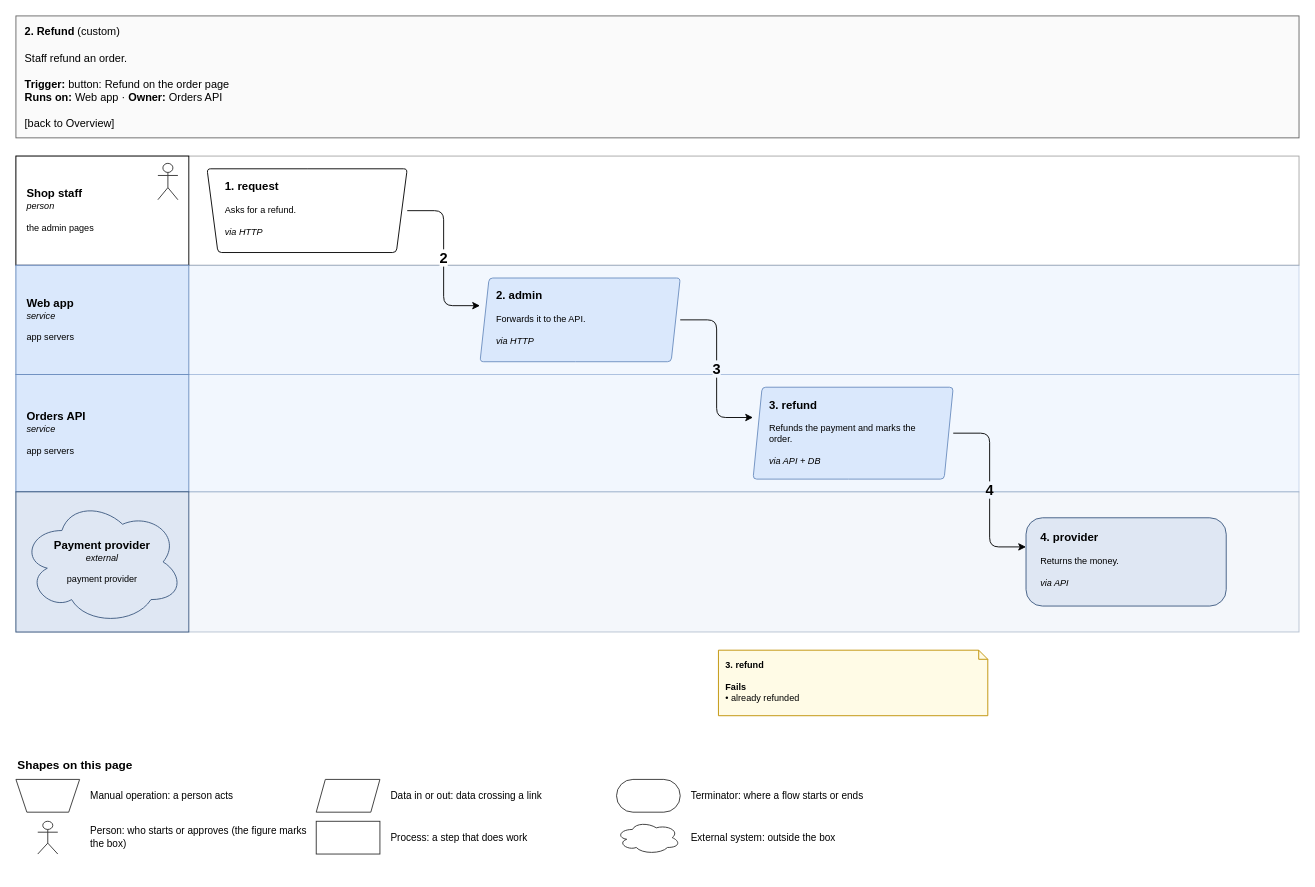
Above: page "2. Refund" (7 of 10) of specialists/platform/skill-drawio/examples/shop/drawio/flows.drawio in amalikn/skills_stuff (draw.io), before the change. Source tidied: cells renumbered, new cells numbered last; positions are measured from the earlier drawing's top-left corner, leaving out a move shared by most shapes. Both pictures are drawn from the tidied source at 91%, with x=0, y=0 at pixel (15, 15).
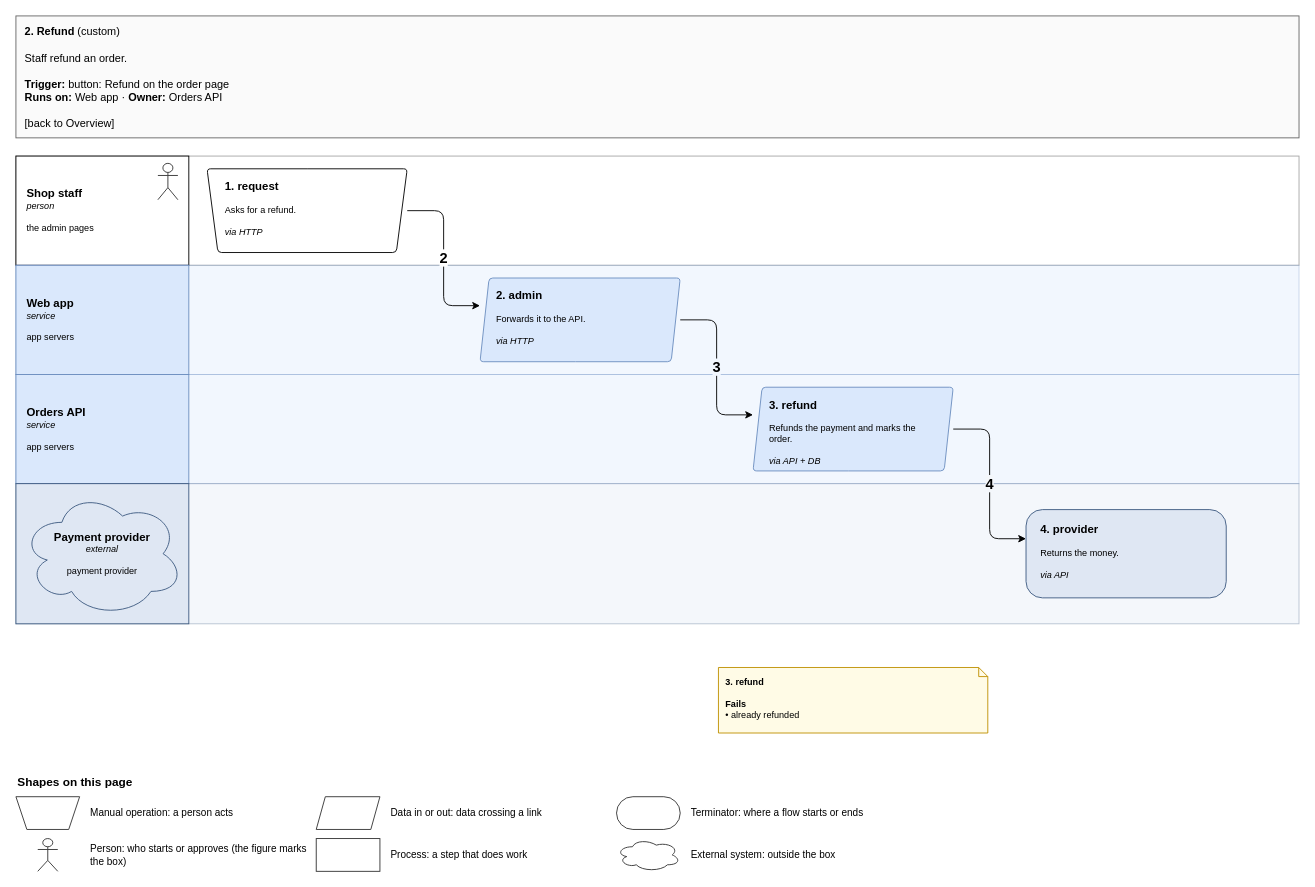
Above is the later version.

The change refers to these unchanged cells:
```xml
<mxCell id="14" value="&lt;span style=&quot;font-size:125%&quot;&gt;&lt;b&gt;2. admin&lt;/b&gt;&lt;/span&gt;&lt;br&gt; &lt;br&gt;Forwards it to the API.&lt;br&gt; &lt;br&gt;&lt;i&gt;via HTTP&lt;/i&gt;" style="rounded=1;whiteSpace=wrap;html=1;fillColor=#dae8fc;strokeColor=#6c8ebf;fontSize=11;arcSize=8;fontSize=10;align=left;verticalAlign=top;spacingLeft=8;spacingRight=6;spacingTop=6;shape=parallelogram;perimeter=parallelogramPerimeter;fixedSize=1;size=10;spacingLeft=16;spacingRight=16;" parent="1" vertex="1">
  <mxGeometry x="510" y="288" width="220" height="92" as="geometry" />
</mxCell>
```

The edit, as a diff of the source:
```diff
@@
     <mxCell id="8" style="rounded=0;html=1;fillColor=#dae8fc;strokeColor=#6c8ebf;opacity=35;" parent="1" vertex="1">
-      <mxGeometry y="394" width="1410" height="129" as="geometry" />
+      <mxGeometry y="394" width="1410" height="120" as="geometry" />
     </mxCell>
     <mxCell id="9" value="&lt;span style=&quot;font-size:125%&quot;&gt;&lt;b&gt;Orders API&lt;/b&gt;&lt;/span&gt;&lt;br&gt;&lt;i&gt;service&lt;/i&gt;&lt;br&gt; &lt;br&gt;app servers" style="rounded=1;whiteSpace=wrap;html=1;fillColor=#dae8fc;strokeColor=#6c8ebf;fontSize=11;arcSize=8;rounded=0;align=left;verticalAlign=middle;spacingLeft=10;spacingRight=8;fontSize=10;" parent="1" vertex="1">
-      <mxGeometry y="394" width="190" height="129" as="geometry" />
+      <mxGeometry y="394" width="190" height="120" as="geometry" />
     </mxCell>
     <mxCell id="10" style="rounded=0;html=1;fillColor=#dfe7f3;strokeColor=#3d5a80;opacity=35;" parent="1" vertex="1">
-      <mxGeometry y="523" width="1410" height="154" as="geometry" />
+      <mxGeometry y="514" width="1410" height="154" as="geometry" />
     </mxCell>
     <mxCell id="11" style="rounded=1;whiteSpace=wrap;html=1;fillColor=#dfe7f3;strokeColor=#3d5a80;fontSize=11;arcSize=8;rounded=0;" parent="1" vertex="1">
-      <mxGeometry y="523" width="190" height="154" as="geometry" />
+      <mxGeometry y="514" width="190" height="154" as="geometry" />
     </mxCell>
     <mxCell id="12" value="&lt;span style=&quot;font-size:125%&quot;&gt;&lt;b&gt;Payment provider&lt;/b&gt;&lt;/span&gt;&lt;br&gt;&lt;i&gt;external&lt;/i&gt;&lt;br&gt; &lt;br&gt;payment provider" style="rounded=1;whiteSpace=wrap;html=1;fillColor=#dfe7f3;strokeColor=#3d5a80;fontSize=11;arcSize=8;fontSize=10;ellipse;shape=cloud;spacingLeft=16;spacingRight=16;spacingTop=10;align=center;verticalAlign=middle;spacingLeft=34;spacingRight=34;spacingTop=10;spacingBottom=10;" parent="1" vertex="1">
-      <mxGeometry x="6" y="531" width="178" height="138" as="geometry" />
+      <mxGeometry x="6" y="522" width="178" height="138" as="geometry" />
     </mxCell>
@@
     <mxCell id="15" value="&lt;span style=&quot;font-size:125%&quot;&gt;&lt;b&gt;3. refund&lt;/b&gt;&lt;/span&gt;&lt;br&gt; &lt;br&gt;Refunds the payment and marks the order.&lt;br&gt; &lt;br&gt;&lt;i&gt;via API + DB&lt;/i&gt;" style="rounded=1;whiteSpace=wrap;html=1;fillColor=#dae8fc;strokeColor=#6c8ebf;fontSize=11;arcSize=8;fontSize=10;align=left;verticalAlign=top;spacingLeft=8;spacingRight=6;spacingTop=6;shape=parallelogram;perimeter=parallelogramPerimeter;fixedSize=1;size=10;spacingLeft=16;spacingRight=16;" parent="1" vertex="1">
-      <mxGeometry x="810" y="408" width="220" height="101" as="geometry" />
+      <mxGeometry x="810" y="408" width="220" height="92" as="geometry" />
     </mxCell>
     <mxCell id="16" value="&lt;b&gt;3. refund&lt;/b&gt;&lt;br&gt; &lt;br&gt;&lt;b&gt;Fails&lt;/b&gt;&lt;br&gt;• already refunded" style="shape=note;whiteSpace=wrap;html=1;size=10;fillColor=#fffbe6;strokeColor=#bf9000;align=left;verticalAlign=top;spacingLeft=6;spacingTop=4;fontSize=10;" parent="1" vertex="1">
-      <mxGeometry x="772" y="697" width="296" height="72" as="geometry" />
+      <mxGeometry x="772" y="716" width="296" height="72" as="geometry" />
     </mxCell>
     <mxCell id="17" value="&lt;span style=&quot;font-size:125%&quot;&gt;&lt;b&gt;4. provider&lt;/b&gt;&lt;/span&gt;&lt;br&gt; &lt;br&gt;Returns the money.&lt;br&gt; &lt;br&gt;&lt;i&gt;via API&lt;/i&gt;" style="rounded=1;whiteSpace=wrap;html=1;fillColor=#dfe7f3;strokeColor=#3d5a80;fontSize=11;arcSize=8;fontSize=10;align=left;verticalAlign=top;spacingLeft=8;spacingRight=6;spacingTop=6;rounded=1;absoluteArcSize=1;arcSize=36;spacingLeft=14;spacingRight=12;spacingTop=8;" parent="1" vertex="1">
-      <mxGeometry x="1110" y="551.5" width="220" height="97" as="geometry" />
+      <mxGeometry x="1110" y="542.5" width="220" height="97" as="geometry" />
     </mxCell>
     <mxCell id="18" value="&lt;b&gt;Shapes on this page&lt;/b&gt;" style="text;html=1;align=left;fontSize=13;" parent="1" vertex="1">
-      <mxGeometry y="809" width="300" height="24" as="geometry" />
+      <mxGeometry y="828" width="300" height="24" as="geometry" />
     </mxCell>
     <mxCell id="19" style="whiteSpace=wrap;html=1;fillColor=#ffffff;strokeColor=#333333;shape=trapezoid;perimeter=trapezoidPerimeter;flipV=1;fixedSize=1;size=12;spacingLeft=18;spacingRight=18;" parent="1" vertex="1">
-      <mxGeometry y="839" width="70" height="36" as="geometry" />
+      <mxGeometry y="858" width="70" height="36" as="geometry" />
     </mxCell>
     <mxCell id="20" value="Manual operation: a person acts" style="text;html=1;align=left;verticalAlign=middle;whiteSpace=wrap;fontSize=11;" parent="1" vertex="1">
-      <mxGeometry x="80" y="839" width="240" height="36" as="geometry" />
+      <mxGeometry x="80" y="858" width="240" height="36" as="geometry" />
     </mxCell>
     <mxCell id="21" style="whiteSpace=wrap;html=1;fillColor=#ffffff;strokeColor=#333333;shape=parallelogram;perimeter=parallelogramPerimeter;fixedSize=1;size=10;spacingLeft=16;spacingRight=16;" parent="1" vertex="1">
-      <mxGeometry x="330" y="839" width="70" height="36" as="geometry" />
+      <mxGeometry x="330" y="858" width="70" height="36" as="geometry" />
     </mxCell>
     <mxCell id="22" value="Data in or out: data crossing a link" style="text;html=1;align=left;verticalAlign=middle;whiteSpace=wrap;fontSize=11;" parent="1" vertex="1">
-      <mxGeometry x="410" y="839" width="240" height="36" as="geometry" />
+      <mxGeometry x="410" y="858" width="240" height="36" as="geometry" />
     </mxCell>
     <mxCell id="23" style="whiteSpace=wrap;html=1;fillColor=#ffffff;strokeColor=#333333;rounded=1;absoluteArcSize=1;arcSize=36;spacingLeft=14;spacingRight=12;spacingTop=8;" parent="1" vertex="1">
-      <mxGeometry x="660" y="839" width="70" height="36" as="geometry" />
+      <mxGeometry x="660" y="858" width="70" height="36" as="geometry" />
     </mxCell>
     <mxCell id="24" value="Terminator: where a flow starts or ends" style="text;html=1;align=left;verticalAlign=middle;whiteSpace=wrap;fontSize=11;" parent="1" vertex="1">
-      <mxGeometry x="740" y="839" width="240" height="36" as="geometry" />
+      <mxGeometry x="740" y="858" width="240" height="36" as="geometry" />
     </mxCell>
     <mxCell id="25" style="shape=umlActor;verticalLabelPosition=bottom;verticalAlign=top;fillColor=#ffffff;strokeColor=#333333;" parent="1" vertex="1">
-      <mxGeometry x="24" y="885" width="22" height="36" as="geometry" />
+      <mxGeometry x="24" y="904" width="22" height="36" as="geometry" />
     </mxCell>
     <mxCell id="26" value="Person: who starts or approves (the figure marks the box)" style="text;html=1;align=left;verticalAlign=middle;whiteSpace=wrap;fontSize=11;" parent="1" vertex="1">
-      <mxGeometry x="80" y="885" width="240" height="36" as="geometry" />
+      <mxGeometry x="80" y="904" width="240" height="36" as="geometry" />
     </mxCell>
     <mxCell id="27" style="whiteSpace=wrap;html=1;fillColor=#ffffff;strokeColor=#333333;rounded=0;" parent="1" vertex="1">
-      <mxGeometry x="330" y="885" width="70" height="36" as="geometry" />
+      <mxGeometry x="330" y="904" width="70" height="36" as="geometry" />
     </mxCell>
     <mxCell id="28" value="Process: a step that does work" style="text;html=1;align=left;verticalAlign=middle;whiteSpace=wrap;fontSize=11;" parent="1" vertex="1">
-      <mxGeometry x="410" y="885" width="240" height="36" as="geometry" />
+      <mxGeometry x="410" y="904" width="240" height="36" as="geometry" />
     </mxCell>
     <mxCell id="29" style="whiteSpace=wrap;html=1;fillColor=#ffffff;strokeColor=#333333;ellipse;shape=cloud;spacingLeft=16;spacingRight=16;spacingTop=10;" parent="1" vertex="1">
-      <mxGeometry x="660" y="885" width="70" height="36" as="geometry" />
+      <mxGeometry x="660" y="904" width="70" height="36" as="geometry" />
     </mxCell>
     <mxCell id="30" value="External system: outside the box" style="text;html=1;align=left;verticalAlign=middle;whiteSpace=wrap;fontSize=11;" parent="1" vertex="1">
-      <mxGeometry x="740" y="885" width="240" height="36" as="geometry" />
+      <mxGeometry x="740" y="904" width="240" height="36" as="geometry" />
     </mxCell>
@@
-    <mxCell id="33" style="edgeStyle=none;rounded=1;html=1;endArrow=classic;endFill=1;jumpStyle=arc;jumpSize=6;strokeColor=#000000;exitX=1;exitY=0.5;entryX=0;entryY=0.3297;exitPerimeter=0;entryPerimeter=0;" parent="1" edge="1" source="14" target="15">
+    <mxCell id="33" style="edgeStyle=none;rounded=1;html=1;endArrow=classic;endFill=1;jumpStyle=arc;jumpSize=6;strokeColor=#000000;exitX=1;exitY=0.5;entryX=0;entryY=0.3304;exitPerimeter=0;entryPerimeter=0;" parent="1" edge="1" source="14" target="15">
       <mxGeometry relative="1" as="geometry">
         <Array as="points">
           <mxPoint x="770" y="334" />
-          <mxPoint x="770" y="441.3" />
+          <mxPoint x="770" y="438.4" />
         </Array>
       </mxGeometry>
     </mxCell>
     <mxCell id="34" value="&lt;b&gt;3&lt;/b&gt;" style="text;html=1;align=center;verticalAlign=middle;fontSize=16;fontStyle=1;labelBackgroundColor=#f2f7fe;fontColor=#000000;" parent="1" vertex="1">
-      <mxGeometry x="756.5" y="376.7" width="27" height="22" as="geometry" />
+      <mxGeometry x="756.5" y="375.2" width="27" height="22" as="geometry" />
     </mxCell>
     <mxCell id="35" style="edgeStyle=none;rounded=1;html=1;endArrow=classic;endFill=1;jumpStyle=arc;jumpSize=6;strokeColor=#000000;exitX=1;exitY=0.5;entryX=0;entryY=0.3299;exitPerimeter=0;entryPerimeter=0;" parent="1" edge="1" source="15" target="17">
       <mxGeometry relative="1" as="geometry">
         <Array as="points">
-          <mxPoint x="1070" y="458.5" />
-          <mxPoint x="1070" y="583.5" />
+          <mxPoint x="1070" y="454" />
+          <mxPoint x="1070" y="574.5" />
         </Array>
       </mxGeometry>
     </mxCell>
-    <mxCell id="36" value="&lt;b&gt;4&lt;/b&gt;" style="text;html=1;align=center;verticalAlign=middle;fontSize=16;fontStyle=1;labelBackgroundColor=#f2f7fe;fontColor=#000000;" parent="1" vertex="1">
-      <mxGeometry x="1056.5" y="510" width="27" height="22" as="geometry" />
+    <mxCell id="36" value="&lt;b&gt;4&lt;/b&gt;" style="text;html=1;align=center;verticalAlign=middle;fontSize=16;fontStyle=1;labelBackgroundColor=#f4f7fb;fontColor=#000000;" parent="1" vertex="1">
+      <mxGeometry x="1056.5" y="503.3" width="27" height="22" as="geometry" />
     </mxCell>
```
